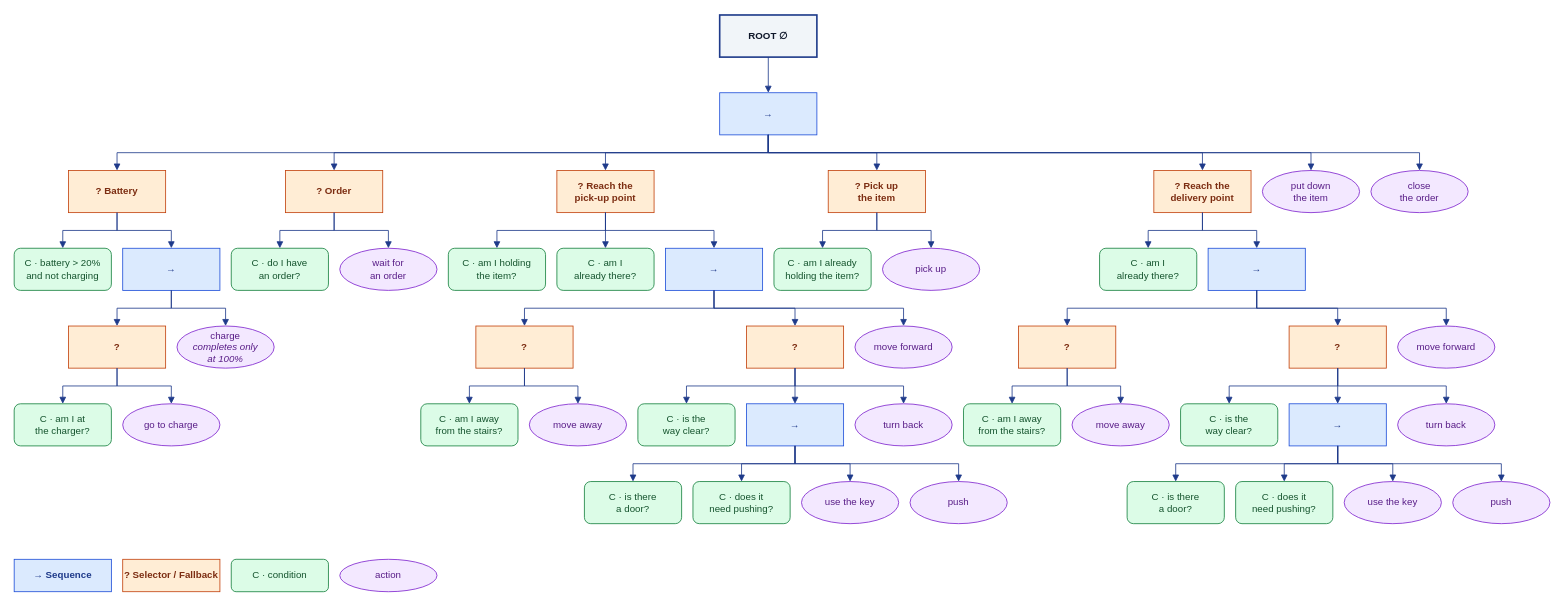
Above: docs/behavior-tree.drawio in Gabbo1104/autonomous-delivery-robot-behavior-tree (draw.io), before the change. Source tidied: cells renumbered, new cells numbered last; positions are measured from the earlier drawing's top-left corner, leaving out a move shared by most shapes. Both pictures are drawn from the tidied source at 81%, with x=0, y=0 at pixel (14, 15).
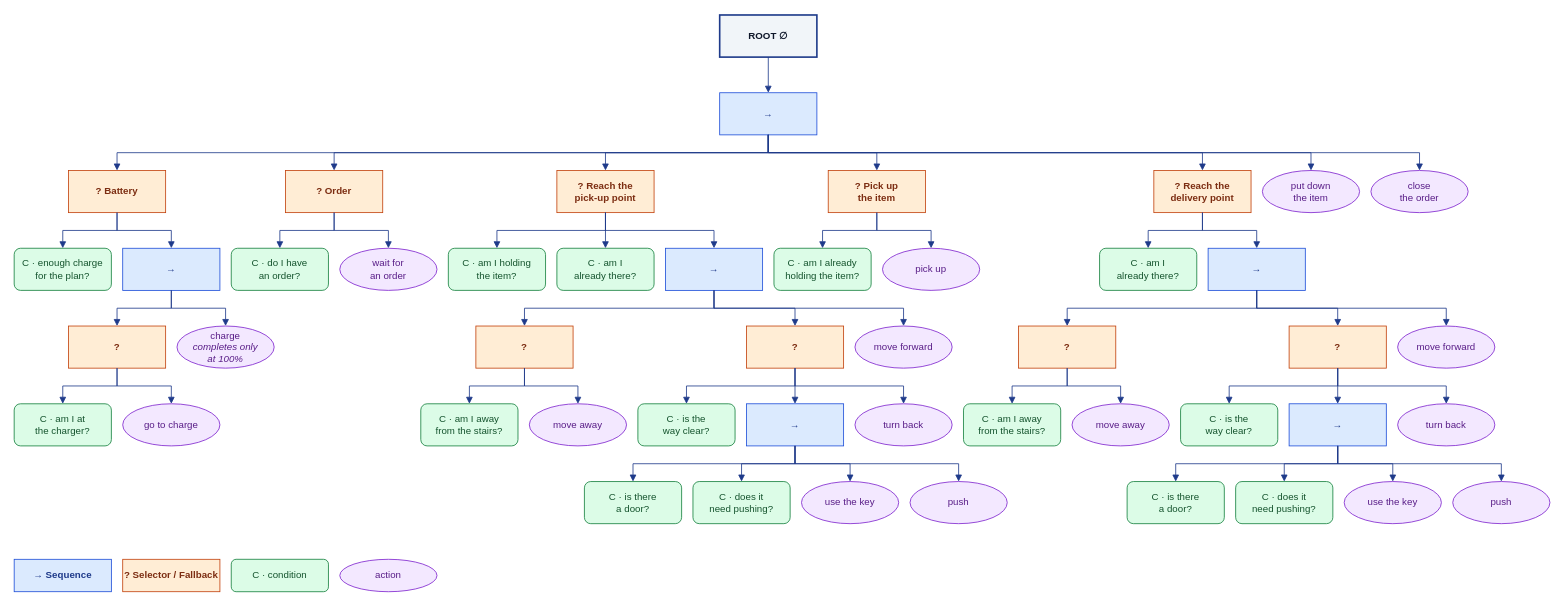
Above is the later version.

The edit, as a diff of the source:
```diff
@@
-    <mxCell id="5" value="C · battery &gt; 20%&lt;br&gt;and not charging" style="rounded=1;whiteSpace=wrap;html=1;fillColor=#dcfce7;strokeColor=#15803d;fontColor=#14532d;" parent="1" vertex="1">
+    <mxCell id="5" value="C · enough charge&lt;br&gt;for the plan?" style="rounded=1;whiteSpace=wrap;html=1;fillColor=#dcfce7;strokeColor=#15803d;fontColor=#14532d;" parent="1" vertex="1">
       <mxGeometry y="288" width="120" height="52" as="geometry" />
     </mxCell>
```
